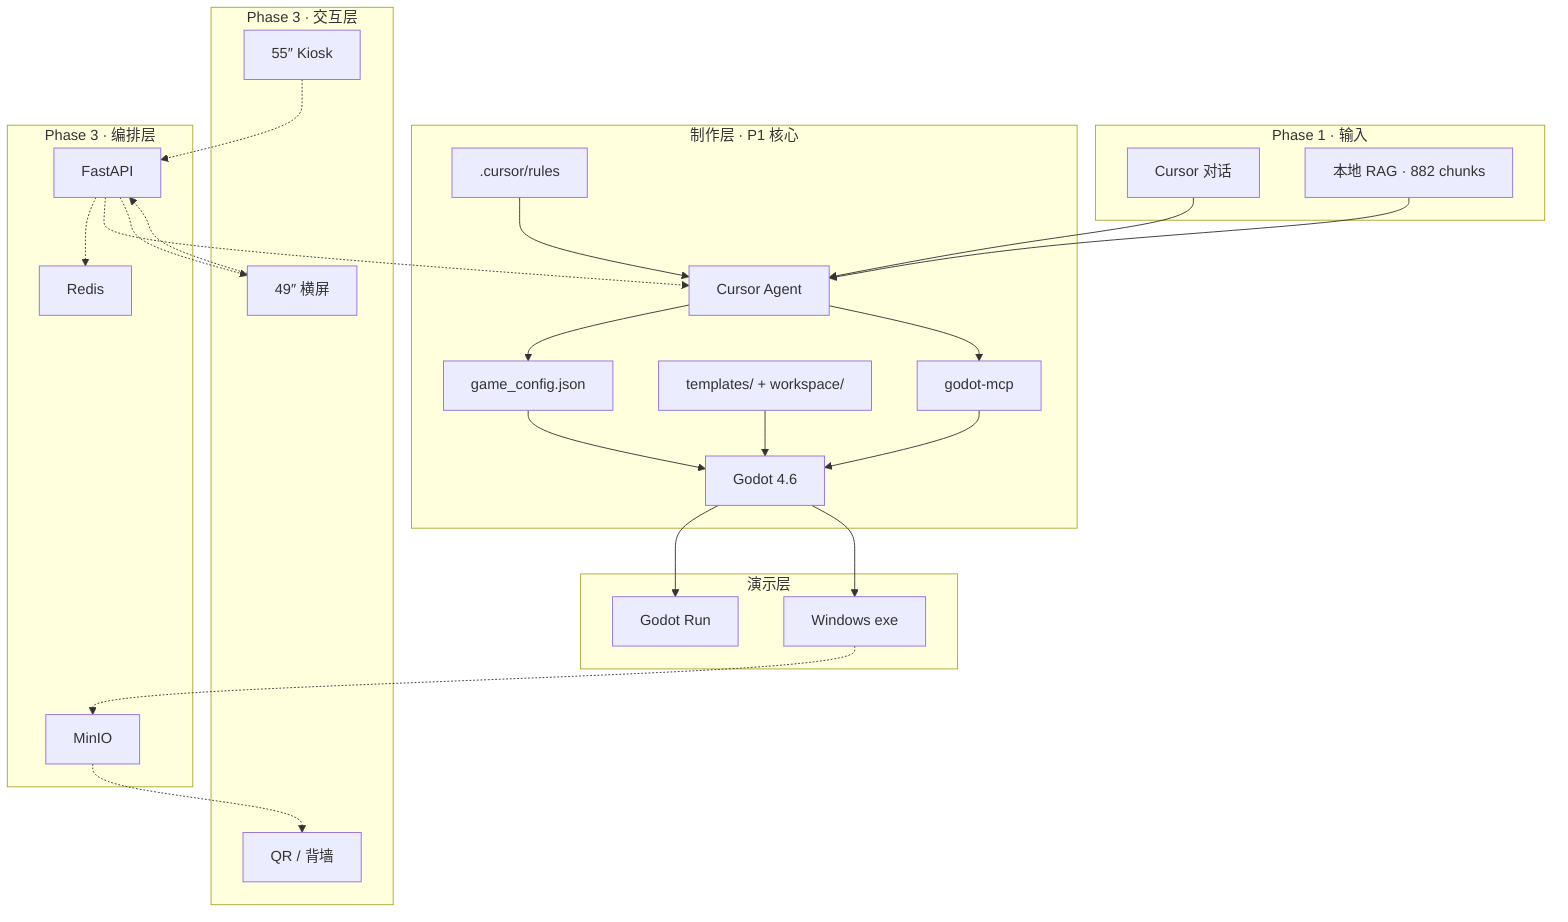
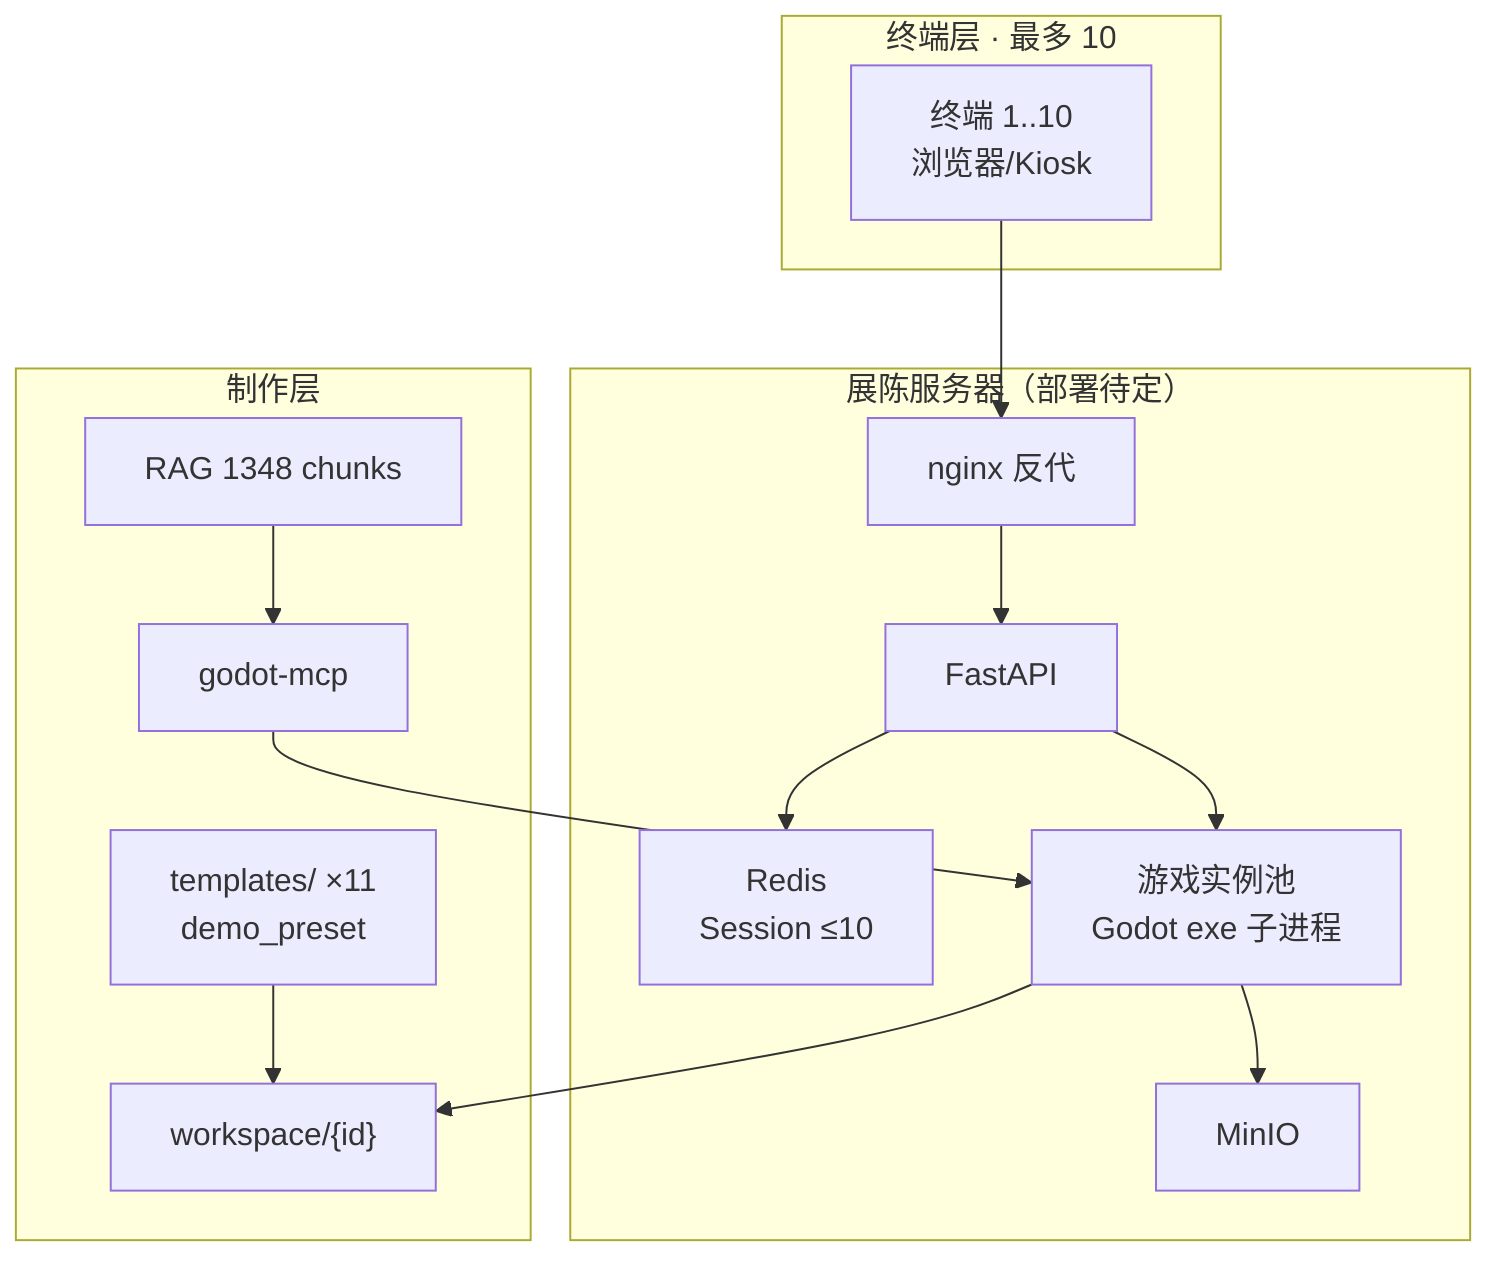
- %% AI 小游戏创作工坊 · 系统架构 v1.1
- %% Phase 1 制作核（实线）+ Phase 3 展陈（虚线）
+ %% AI 小游戏创作工坊 · 系统架构 v1.2
+ %% 展厅服务器 + 10 并发 + 11 品类单机游戏

flowchart TB
-     subgraph P1_INPUT["Phase 1 · 输入"]
-         USER["Cursor 对话"]
-         RAG["本地 RAG · 882 chunks"]
+     subgraph CLIENTS["终端层 · 最多 10"]
+         T1["终端 1..10<br/>浏览器/Kiosk"]
    end

-     subgraph CREATION["制作层 · P1 核心"]
-         CURSOR["Cursor Agent"]
-         RULES[".cursor/rules"]
-         MCP["godot-mcp"]
-         GODOT["Godot 4.6"]
-         TPL["templates/ + workspace/"]
-         CONFIG["game_config.json"]
-     end
- 
-     subgraph DEMO["演示层"]
-         RUN["Godot Run"]
-         EXE["Windows exe"]
-     end
- 
-     subgraph P3_INTERACTION["Phase 3 · 交互层"]
-         KIOSK["55″ Kiosk"]
-         DISPLAY["49″ 横屏"]
-         QR["QR / 背墙"]
-     end
- 
-     subgraph P3_ORCH["Phase 3 · 编排层"]
+     subgraph SERVER["展陈服务器（部署待定）"]
+         NGINX["nginx 反代"]
        API["FastAPI"]
-         REDIS["Redis"]
+         REDIS["Redis<br/>Session ≤10"]
+         POOL["游戏实例池<br/>Godot exe 子进程"]
        MINIO["MinIO"]
    end

-     USER --> CURSOR
-     RAG --> CURSOR
-     RULES --> CURSOR
-     CURSOR --> CONFIG
-     CURSOR --> MCP
-     TPL --> GODOT
-     MCP --> GODOT
-     CONFIG --> GODOT
-     GODOT --> RUN
-     GODOT --> EXE
+     subgraph CREATION["制作层"]
+         TPL["templates/ ×11<br/>demo_preset"]
+         WS["workspace/{id}"]
+         MCP["godot-mcp"]
+         RAG["RAG 1348 chunks"]
+     end

-     KIOSK -.-> API
-     DISPLAY -.-> API
-     API -.-> REDIS
-     API -.-> CURSOR
-     EXE -.-> MINIO
-     MINIO -.-> QR
-     API -.-> DISPLAY
+     T1 --> NGINX
+     NGINX --> API
+     API --> REDIS
+     API --> POOL
+     TPL --> WS
+     POOL --> WS
+     MCP --> POOL
+     RAG --> MCP
+     POOL --> MINIO
